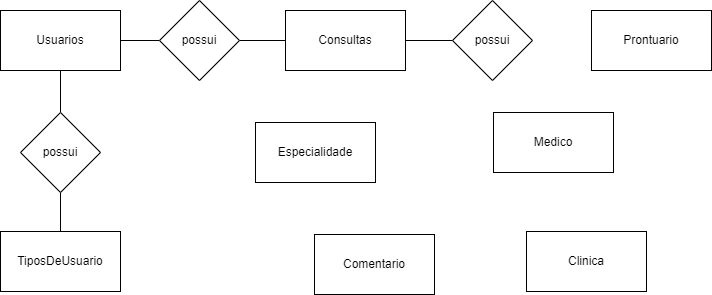
Above: Health Clinic/Diagramas_Modelos Health Clinic.png in gsampaiowz/senai_sem2 (draw.io), before the change. Source tidied: cells renumbered, new cells last; positions are measured from the earlier drawing's top-left corner, leaving out a move shared by most shapes. Its diagram source:
```xml
<mxGraphModel>
  <root>
    <mxCell id="0" />
    <mxCell id="1" parent="0" />
    <mxCell id="2" value="TiposDeUsuario" style="rounded=0;whiteSpace=wrap;html=1;" parent="1" vertex="1">
      <mxGeometry y="231" width="120" height="60" as="geometry" />
    </mxCell>
    <mxCell id="3" style="edgeStyle=orthogonalEdgeStyle;rounded=0;jettySize=auto;html=1;endArrow=none;endFill=0;" parent="1" edge="1" source="13" target="2">
      <mxGeometry relative="1" as="geometry" />
    </mxCell>
    <mxCell id="4" style="edgeStyle=orthogonalEdgeStyle;rounded=0;jettySize=auto;html=1;endArrow=none;endFill=0;" parent="1" edge="1" source="5" target="15">
      <mxGeometry relative="1" as="geometry" />
    </mxCell>
    <mxCell id="5" value="Usuarios" style="rounded=0;whiteSpace=wrap;html=1;" parent="1" vertex="1">
      <mxGeometry y="10" width="120" height="60" as="geometry" />
    </mxCell>
    <mxCell id="6" style="edgeStyle=orthogonalEdgeStyle;shape=connector;rounded=0;jettySize=auto;html=1;labelBackgroundColor=default;strokeColor=default;fontFamily=Helvetica;fontSize=11;fontColor=default;endArrow=none;endFill=0;" parent="1" edge="1" source="7" target="16">
      <mxGeometry relative="1" as="geometry" />
    </mxCell>
    <mxCell id="7" value="Consultas" style="rounded=0;whiteSpace=wrap;html=1;" parent="1" vertex="1">
      <mxGeometry x="285" y="10" width="120" height="60" as="geometry" />
    </mxCell>
    <mxCell id="8" value="Clinica" style="rounded=0;whiteSpace=wrap;html=1;" parent="1" vertex="1">
      <mxGeometry x="526" y="231" width="120" height="60" as="geometry" />
    </mxCell>
    <mxCell id="9" value="Prontuario" style="rounded=0;whiteSpace=wrap;html=1;" parent="1" vertex="1">
      <mxGeometry x="591" y="10" width="120" height="60" as="geometry" />
    </mxCell>
    <mxCell id="10" value="Comentario" style="rounded=0;whiteSpace=wrap;html=1;" parent="1" vertex="1">
      <mxGeometry x="314" y="234" width="120" height="60" as="geometry" />
    </mxCell>
    <mxCell id="11" value="Especialidade" style="rounded=0;whiteSpace=wrap;html=1;" parent="1" vertex="1">
      <mxGeometry x="255" y="122" width="120" height="60" as="geometry" />
    </mxCell>
    <mxCell id="12" style="edgeStyle=orthogonalEdgeStyle;rounded=0;jettySize=auto;html=1;endArrow=none;endFill=0;" parent="1" edge="1" source="5" target="13">
      <mxGeometry relative="1" as="geometry" />
    </mxCell>
    <mxCell id="13" value="possui" style="rhombus;whiteSpace=wrap;html=1;" parent="1" vertex="1">
      <mxGeometry x="20" y="112" width="80" height="80" as="geometry" />
    </mxCell>
    <mxCell id="14" style="edgeStyle=orthogonalEdgeStyle;shape=connector;rounded=0;jettySize=auto;html=1;labelBackgroundColor=default;strokeColor=default;fontFamily=Helvetica;fontSize=11;fontColor=default;endArrow=none;endFill=0;" parent="1" edge="1" source="15" target="7">
      <mxGeometry relative="1" as="geometry" />
    </mxCell>
    <mxCell id="15" value="possui" style="rhombus;whiteSpace=wrap;html=1;rounded=0;" parent="1" vertex="1">
      <mxGeometry x="159" width="80" height="80" as="geometry" />
    </mxCell>
    <mxCell id="16" value="possui" style="rhombus;whiteSpace=wrap;html=1;rounded=0;" parent="1" vertex="1">
      <mxGeometry x="452" width="80" height="80" as="geometry" />
    </mxCell>
    <mxCell id="17" value="Medico" style="rounded=0;whiteSpace=wrap;html=1;" parent="1" vertex="1">
      <mxGeometry x="493" y="112" width="120" height="60" as="geometry" />
    </mxCell>
  </root>
</mxGraphModel>
```
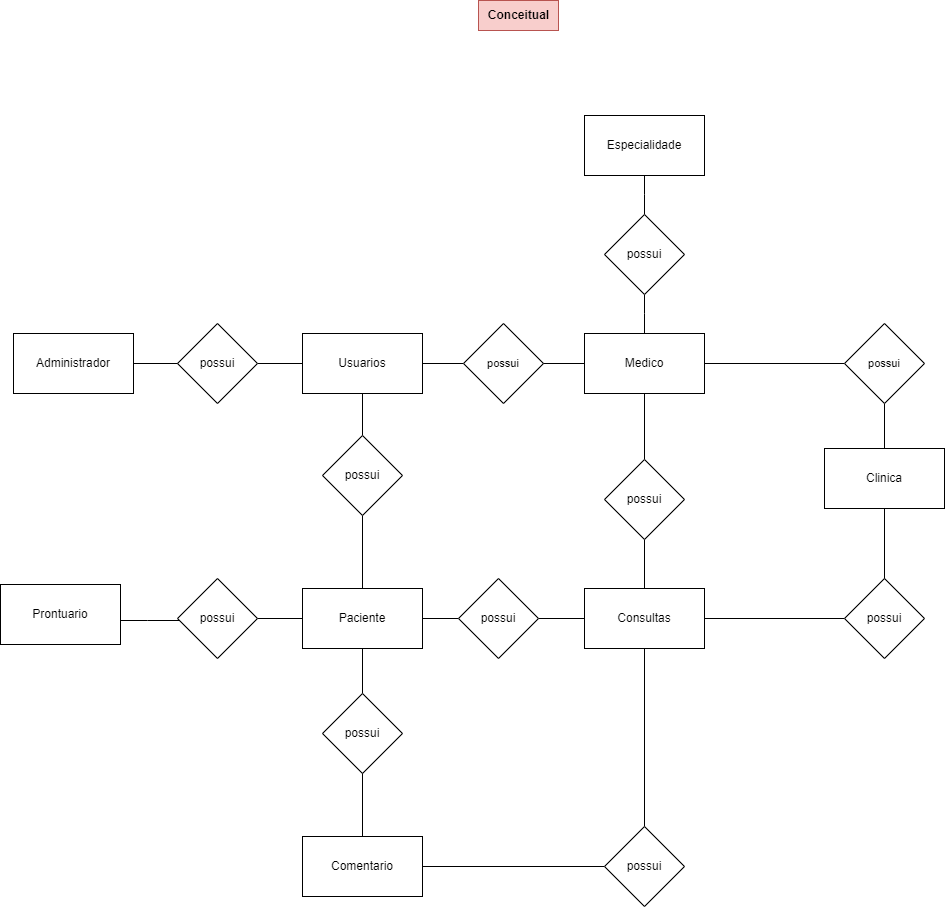
The same diagram one commit later.

Commit message:
Relações finalizadas

Change to the diagram source:
```diff
@@ -2,8 +2,11 @@
   <root>
     <mxCell id="0" />
     <mxCell id="1" parent="0" />
+    <mxCell id="18" style="edgeStyle=orthogonalEdgeStyle;shape=connector;rounded=0;jettySize=auto;html=1;labelBackgroundColor=default;strokeColor=default;fontFamily=Helvetica;fontSize=11;fontColor=default;endArrow=none;endFill=0;" parent="1" edge="1" source="2" target="40">
+      <mxGeometry relative="1" as="geometry" />
+    </mxCell>
-    <mxCell id="2" value="TiposDeUsuario" style="rounded=0;whiteSpace=wrap;html=1;" parent="1" vertex="1">
-      <mxGeometry y="231" width="120" height="60" as="geometry" />
+    <mxCell id="2" value="Usuarios" style="rounded=0;whiteSpace=wrap;html=1;" parent="1" vertex="1">
+      <mxGeometry x="3" y="-245" width="120" height="60" as="geometry" />
     </mxCell>
     <mxCell id="3" style="edgeStyle=orthogonalEdgeStyle;rounded=0;jettySize=auto;html=1;endArrow=none;endFill=0;" parent="1" edge="1" source="13" target="2">
       <mxGeometry relative="1" as="geometry" />
@@ -11,32 +14,41 @@
     <mxCell id="4" style="edgeStyle=orthogonalEdgeStyle;rounded=0;jettySize=auto;html=1;endArrow=none;endFill=0;" parent="1" edge="1" source="5" target="15">
       <mxGeometry relative="1" as="geometry" />
     </mxCell>
+    <mxCell id="19" style="edgeStyle=orthogonalEdgeStyle;shape=connector;rounded=0;jettySize=auto;html=1;labelBackgroundColor=default;strokeColor=default;fontFamily=Helvetica;fontSize=11;fontColor=default;endArrow=none;endFill=0;" parent="1" edge="1" source="5" target="33">
+      <mxGeometry relative="1" as="geometry" />
+    </mxCell>
+    <mxCell id="20" style="edgeStyle=orthogonalEdgeStyle;shape=connector;rounded=0;jettySize=auto;html=1;labelBackgroundColor=default;strokeColor=default;fontFamily=Helvetica;fontSize=11;fontColor=default;endArrow=none;endFill=0;" parent="1" edge="1" source="5" target="35">
+      <mxGeometry relative="1" as="geometry" />
+    </mxCell>
-    <mxCell id="5" value="Usuarios" style="rounded=0;whiteSpace=wrap;html=1;" parent="1" vertex="1">
-      <mxGeometry y="10" width="120" height="60" as="geometry" />
+    <mxCell id="5" value="Paciente" style="rounded=0;whiteSpace=wrap;html=1;" parent="1" vertex="1">
+      <mxGeometry x="3" y="10" width="120" height="60" as="geometry" />
     </mxCell>
     <mxCell id="6" style="edgeStyle=orthogonalEdgeStyle;shape=connector;rounded=0;jettySize=auto;html=1;labelBackgroundColor=default;strokeColor=default;fontFamily=Helvetica;fontSize=11;fontColor=default;endArrow=none;endFill=0;" parent="1" edge="1" source="7" target="16">
       <mxGeometry relative="1" as="geometry" />
     </mxCell>
+    <mxCell id="21" style="edgeStyle=orthogonalEdgeStyle;shape=connector;rounded=0;jettySize=auto;html=1;labelBackgroundColor=default;strokeColor=default;fontFamily=Helvetica;fontSize=11;fontColor=default;endArrow=none;endFill=0;" parent="1" edge="1" source="7" target="44">
+      <mxGeometry relative="1" as="geometry" />
+    </mxCell>
     <mxCell id="7" value="Consultas" style="rounded=0;whiteSpace=wrap;html=1;" parent="1" vertex="1">
       <mxGeometry x="285" y="10" width="120" height="60" as="geometry" />
     </mxCell>
     <mxCell id="8" value="Clinica" style="rounded=0;whiteSpace=wrap;html=1;" parent="1" vertex="1">
-      <mxGeometry x="526" y="231" width="120" height="60" as="geometry" />
+      <mxGeometry x="525" y="-130" width="120" height="60" as="geometry" />
     </mxCell>
     <mxCell id="9" value="Prontuario" style="rounded=0;whiteSpace=wrap;html=1;" parent="1" vertex="1">
-      <mxGeometry x="591" y="10" width="120" height="60" as="geometry" />
+      <mxGeometry x="-299" y="6" width="120" height="60" as="geometry" />
     </mxCell>
     <mxCell id="10" value="Comentario" style="rounded=0;whiteSpace=wrap;html=1;" parent="1" vertex="1">
-      <mxGeometry x="314" y="234" width="120" height="60" as="geometry" />
+      <mxGeometry x="3" y="258" width="120" height="60" as="geometry" />
     </mxCell>
     <mxCell id="11" value="Especialidade" style="rounded=0;whiteSpace=wrap;html=1;" parent="1" vertex="1">
-      <mxGeometry x="255" y="122" width="120" height="60" as="geometry" />
+      <mxGeometry x="285" y="-463" width="120" height="60" as="geometry" />
     </mxCell>
     <mxCell id="12" style="edgeStyle=orthogonalEdgeStyle;rounded=0;jettySize=auto;html=1;endArrow=none;endFill=0;" parent="1" edge="1" source="5" target="13">
       <mxGeometry relative="1" as="geometry" />
     </mxCell>
     <mxCell id="13" value="possui" style="rhombus;whiteSpace=wrap;html=1;" parent="1" vertex="1">
-      <mxGeometry x="20" y="112" width="80" height="80" as="geometry" />
+      <mxGeometry x="23" y="-143" width="80" height="80" as="geometry" />
     </mxCell>
     <mxCell id="14" style="edgeStyle=orthogonalEdgeStyle;shape=connector;rounded=0;jettySize=auto;html=1;labelBackgroundColor=default;strokeColor=default;fontFamily=Helvetica;fontSize=11;fontColor=default;endArrow=none;endFill=0;" parent="1" edge="1" source="15" target="7">
       <mxGeometry relative="1" as="geometry" />
@@ -44,11 +56,85 @@
     <mxCell id="15" value="possui" style="rhombus;whiteSpace=wrap;html=1;rounded=0;" parent="1" vertex="1">
       <mxGeometry x="159" width="80" height="80" as="geometry" />
     </mxCell>
+    <mxCell id="22" style="edgeStyle=orthogonalEdgeStyle;shape=connector;rounded=0;jettySize=auto;html=1;labelBackgroundColor=default;strokeColor=default;fontFamily=Helvetica;fontSize=11;fontColor=default;endArrow=none;endFill=0;" parent="1" edge="1" source="16" target="10">
+      <mxGeometry relative="1" as="geometry" />
+    </mxCell>
     <mxCell id="16" value="possui" style="rhombus;whiteSpace=wrap;html=1;rounded=0;" parent="1" vertex="1">
-      <mxGeometry x="452" width="80" height="80" as="geometry" />
+      <mxGeometry x="305" y="248" width="80" height="80" as="geometry" />
     </mxCell>
+    <mxCell id="23" style="edgeStyle=orthogonalEdgeStyle;rounded=0;jettySize=auto;html=1;endArrow=none;endFill=0;" parent="1" edge="1" source="17" target="28">
+      <mxGeometry relative="1" as="geometry" />
+    </mxCell>
+    <mxCell id="24" style="edgeStyle=orthogonalEdgeStyle;shape=connector;rounded=0;jettySize=auto;html=1;labelBackgroundColor=default;strokeColor=default;fontFamily=Helvetica;fontSize=11;fontColor=default;endArrow=none;endFill=0;" parent="1" edge="1" source="17" target="37">
+      <mxGeometry relative="1" as="geometry" />
+    </mxCell>
+    <mxCell id="25" style="edgeStyle=orthogonalEdgeStyle;shape=connector;rounded=0;jettySize=auto;html=1;labelBackgroundColor=default;strokeColor=default;fontFamily=Helvetica;fontSize=11;fontColor=default;endArrow=none;endFill=0;" parent="1" edge="1" source="42" target="8">
+      <mxGeometry relative="1" as="geometry" />
+    </mxCell>
     <mxCell id="17" value="Medico" style="rounded=0;whiteSpace=wrap;html=1;" parent="1" vertex="1">
-      <mxGeometry x="493" y="112" width="120" height="60" as="geometry" />
+      <mxGeometry x="285" y="-245" width="120" height="60" as="geometry" />
     </mxCell>
+    <mxCell id="26" value="Conceitual" style="text;html=1;align=center;verticalAlign=middle;strokeColor=#b85450;fillColor=#f8cecc;fontStyle=1;" parent="1" vertex="1">
+      <mxGeometry x="179" y="-578" width="80" height="30" as="geometry" />
+    </mxCell>
+    <mxCell id="27" style="edgeStyle=orthogonalEdgeStyle;shape=connector;rounded=0;jettySize=auto;html=1;labelBackgroundColor=default;strokeColor=default;fontFamily=Helvetica;fontSize=11;fontColor=default;endArrow=none;endFill=0;" parent="1" edge="1" source="28" target="7">
+      <mxGeometry relative="1" as="geometry" />
+    </mxCell>
+    <mxCell id="28" value="possui" style="rhombus;whiteSpace=wrap;html=1;rounded=0;" parent="1" vertex="1">
+      <mxGeometry x="305" y="-119" width="80" height="80" as="geometry" />
+    </mxCell>
+    <mxCell id="29" style="edgeStyle=orthogonalEdgeStyle;shape=connector;rounded=0;jettySize=auto;html=1;labelBackgroundColor=default;strokeColor=default;fontFamily=Helvetica;fontSize=11;fontColor=default;endArrow=none;endFill=0;" parent="1" edge="1" source="2" target="31">
+      <mxGeometry relative="1" as="geometry" />
+    </mxCell>
+    <mxCell id="30" style="edgeStyle=orthogonalEdgeStyle;shape=connector;rounded=0;jettySize=auto;html=1;labelBackgroundColor=default;strokeColor=default;fontFamily=Helvetica;fontSize=11;fontColor=default;endArrow=none;endFill=0;" parent="1" edge="1" source="31" target="17">
+      <mxGeometry relative="1" as="geometry" />
+    </mxCell>
+    <mxCell id="31" value="possui" style="rhombus;whiteSpace=wrap;html=1;fontFamily=Helvetica;fontSize=11;fontColor=default;" parent="1" vertex="1">
+      <mxGeometry x="164" y="-255" width="80" height="80" as="geometry" />
+    </mxCell>
+    <mxCell id="32" style="edgeStyle=orthogonalEdgeStyle;shape=connector;rounded=0;jettySize=auto;html=1;labelBackgroundColor=default;strokeColor=default;fontFamily=Helvetica;fontSize=11;fontColor=default;endArrow=none;endFill=0;" parent="1" edge="1" source="33" target="9">
+      <mxGeometry relative="1" as="geometry">
+        <Array as="points">
+          <mxPoint x="-152" y="42" />
+          <mxPoint x="-152" y="42" />
+        </Array>
+      </mxGeometry>
+    </mxCell>
+    <mxCell id="33" value="possui" style="rhombus;whiteSpace=wrap;html=1;rounded=0;" parent="1" vertex="1">
+      <mxGeometry x="-122" width="80" height="80" as="geometry" />
+    </mxCell>
+    <mxCell id="34" style="edgeStyle=orthogonalEdgeStyle;shape=connector;rounded=0;jettySize=auto;html=1;labelBackgroundColor=default;strokeColor=default;fontFamily=Helvetica;fontSize=11;fontColor=default;endArrow=none;endFill=0;" parent="1" edge="1" source="35" target="10">
+      <mxGeometry relative="1" as="geometry" />
+    </mxCell>
+    <mxCell id="35" value="possui" style="rhombus;whiteSpace=wrap;html=1;rounded=0;" parent="1" vertex="1">
+      <mxGeometry x="23" y="115" width="80" height="80" as="geometry" />
+    </mxCell>
+    <mxCell id="36" style="edgeStyle=orthogonalEdgeStyle;shape=connector;rounded=0;jettySize=auto;html=1;labelBackgroundColor=default;strokeColor=default;fontFamily=Helvetica;fontSize=11;fontColor=default;endArrow=none;endFill=0;" parent="1" edge="1" source="37" target="11">
+      <mxGeometry relative="1" as="geometry" />
+    </mxCell>
+    <mxCell id="37" value="possui" style="rhombus;whiteSpace=wrap;html=1;rounded=0;" parent="1" vertex="1">
+      <mxGeometry x="305" y="-364" width="80" height="80" as="geometry" />
+    </mxCell>
+    <mxCell id="38" value="Administrador" style="rounded=0;whiteSpace=wrap;html=1;" parent="1" vertex="1">
+      <mxGeometry x="-286" y="-245" width="120" height="60" as="geometry" />
+    </mxCell>
+    <mxCell id="39" style="edgeStyle=orthogonalEdgeStyle;shape=connector;rounded=0;jettySize=auto;html=1;labelBackgroundColor=default;strokeColor=default;fontFamily=Helvetica;fontSize=11;fontColor=default;endArrow=none;endFill=0;" parent="1" edge="1" source="40" target="38">
+      <mxGeometry relative="1" as="geometry" />
+    </mxCell>
+    <mxCell id="40" value="possui" style="rhombus;whiteSpace=wrap;html=1;rounded=0;" parent="1" vertex="1">
+      <mxGeometry x="-122" y="-255" width="80" height="80" as="geometry" />
+    </mxCell>
+    <mxCell id="41" style="edgeStyle=orthogonalEdgeStyle;shape=connector;rounded=0;jettySize=auto;html=1;labelBackgroundColor=default;strokeColor=default;fontFamily=Helvetica;fontSize=11;fontColor=default;endArrow=none;endFill=0;" parent="1" edge="1" source="17" target="42">
+      <mxGeometry relative="1" as="geometry" />
+    </mxCell>
+    <mxCell id="42" value="possui" style="rhombus;whiteSpace=wrap;html=1;fontFamily=Helvetica;fontSize=11;fontColor=default;" parent="1" vertex="1">
+      <mxGeometry x="545" y="-255" width="80" height="80" as="geometry" />
+    </mxCell>
+    <mxCell id="43" style="edgeStyle=orthogonalEdgeStyle;shape=connector;rounded=0;jettySize=auto;html=1;labelBackgroundColor=default;strokeColor=default;fontFamily=Helvetica;fontSize=11;fontColor=default;endArrow=none;endFill=0;" parent="1" edge="1" source="44" target="8">
+      <mxGeometry relative="1" as="geometry" />
+    </mxCell>
+    <mxCell id="44" value="possui" style="rhombus;whiteSpace=wrap;html=1;rounded=0;" parent="1" vertex="1">
+      <mxGeometry x="545" width="80" height="80" as="geometry" />
+    </mxCell>
   </root>
 </mxGraphModel>
```
